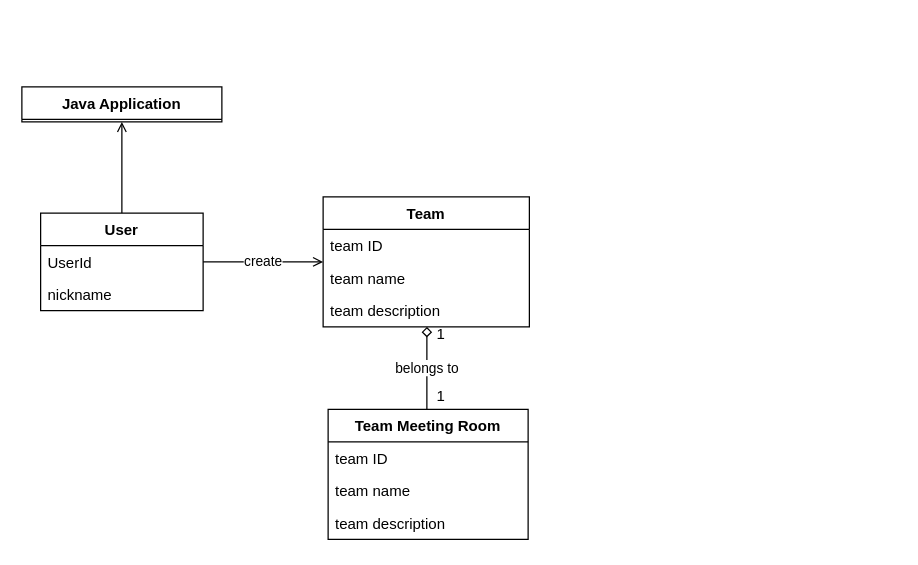
This is Domain3.drawio from ONFFLine/Diagram, a draw.io file, before an edit. Source tidied: cells renumbered, new cells numbered last; positions are measured from the earlier drawing's top-left corner, leaving out a move shared by most shapes. Both pictures are drawn from the tidied source at 125%, with x=0, y=0 at pixel (21, 86).
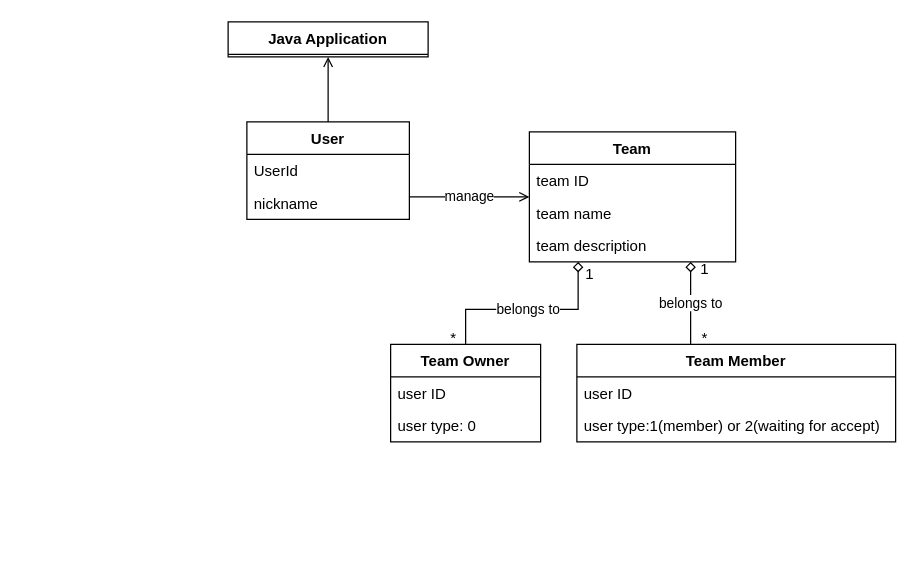
The same diagram, later.

The edit, as a diff of the source:
```diff
@@
-    <mxCell id="2" style="edgeStyle=orthogonalEdgeStyle;rounded=0;jettySize=auto;html=1;endArrow=open;endFill=0;" parent="1" edge="1" source="9" target="7">
-      <mxGeometry relative="1" as="geometry">
-        <Array as="points">
-          <mxPoint x="85" y="108" />
-          <mxPoint x="85" y="108" />
-        </Array>
-      </mxGeometry>
-    </mxCell>
     <mxCell id="3" value="Team" style="swimlane;fontStyle=1;align=center;verticalAlign=top;horizontal=1;startSize=26;" parent="1" vertex="1">
-      <mxGeometry x="241" y="88" width="165" height="104" as="geometry" />
+      <mxGeometry x="406" y="36" width="165" height="104" as="geometry" />
     </mxCell>
@@
     <mxCell id="7" value="Java Application" style="swimlane;fontStyle=1;align=center;verticalAlign=top;horizontal=1;startSize=26;" parent="1" vertex="1">
-      <mxGeometry width="160" height="28" as="geometry" />
+      <mxGeometry x="165" y="-52" width="160" height="28" as="geometry" />
     </mxCell>
-    <mxCell id="8" value="create" style="edgeStyle=orthogonalEdgeStyle;rounded=0;jettySize=auto;html=1;endArrow=open;endFill=0;" parent="1" edge="1" source="9" target="3">
+    <mxCell id="8" value="manage" style="edgeStyle=orthogonalEdgeStyle;rounded=0;jettySize=auto;html=1;endArrow=open;endFill=0;" parent="1" edge="1" source="9" target="3">
       <mxGeometry relative="1" as="geometry">
         <Array as="points">
-          <mxPoint x="185" y="140" />
-          <mxPoint x="185" y="140" />
+          <mxPoint x="350" y="88" />
+          <mxPoint x="350" y="88" />
         </Array>
       </mxGeometry>
     </mxCell>
+    <mxCell id="2" style="edgeStyle=orthogonalEdgeStyle;rounded=0;jettySize=auto;html=1;endArrow=open;endFill=0;" parent="1" edge="1" source="9" target="7">
+      <mxGeometry relative="1" as="geometry" />
+    </mxCell>
     <mxCell id="9" value="User" style="swimlane;fontStyle=1;align=center;verticalAlign=top;horizontal=1;startSize=26;" parent="1" vertex="1">
-      <mxGeometry x="15" y="101" width="130" height="78" as="geometry" />
+      <mxGeometry x="180" y="28" width="130" height="78" as="geometry" />
     </mxCell>
@@
-    <mxCell id="12" value="belongs to" style="edgeStyle=orthogonalEdgeStyle;rounded=0;jettySize=auto;html=1;endArrow=diamond;endFill=0;" parent="1" edge="1" source="13" target="3">
+    <mxCell id="12" value="belongs to" style="edgeStyle=orthogonalEdgeStyle;rounded=0;orthogonalLoop=1;jettySize=auto;html=1;endArrow=diamond;endFill=0;" parent="1" edge="1">
       <mxGeometry relative="1" as="geometry">
+        <mxPoint x="535" y="206" as="sourcePoint" />
+        <mxPoint x="535" y="140" as="targetPoint" />
         <Array as="points">
-          <mxPoint x="324" y="238" />
-          <mxPoint x="324" y="238" />
+          <mxPoint x="535" y="186" />
+          <mxPoint x="535" y="186" />
         </Array>
       </mxGeometry>
     </mxCell>
-    <mxCell id="13" value="Team Meeting Room" style="swimlane;fontStyle=1;align=center;verticalAlign=top;horizontal=1;startSize=26;" parent="1" vertex="1">
-      <mxGeometry x="245" y="258" width="160" height="104" as="geometry" />
+    <mxCell id="13" value="Team Member" style="swimlane;fontStyle=1;align=center;verticalAlign=top;horizontal=1;startSize=26;" parent="1" vertex="1">
+      <mxGeometry x="444" y="206" width="255" height="78" as="geometry" />
     </mxCell>
-    <mxCell id="14" value="team ID" style="text;strokeColor=none;fillColor=none;align=left;verticalAlign=top;spacingLeft=4;spacingRight=4;overflow=hidden;" parent="13" vertex="1">
-      <mxGeometry y="26" width="160" height="26" as="geometry" />
+    <mxCell id="14" value="user ID" style="text;strokeColor=none;fillColor=none;align=left;verticalAlign=top;spacingLeft=4;spacingRight=4;overflow=hidden;" parent="13" vertex="1">
+      <mxGeometry y="26" width="255" height="26" as="geometry" />
     </mxCell>
-    <mxCell id="15" value="team name" style="text;strokeColor=none;fillColor=none;align=left;verticalAlign=top;spacingLeft=4;spacingRight=4;overflow=hidden;" parent="13" vertex="1">
-      <mxGeometry y="52" width="160" height="26" as="geometry" />
+    <mxCell id="15" value="user type:1(member) or 2(waiting for accept)" style="text;strokeColor=none;fillColor=none;align=left;verticalAlign=top;spacingLeft=4;spacingRight=4;overflow=hidden;" parent="13" vertex="1">
+      <mxGeometry y="52" width="255" height="26" as="geometry" />
     </mxCell>
-    <mxCell id="16" value="team description" style="text;strokeColor=none;fillColor=none;align=left;verticalAlign=top;spacingLeft=4;spacingRight=4;overflow=hidden;" parent="13" vertex="1">
-      <mxGeometry y="78" width="160" height="26" as="geometry" />
-    </mxCell>
     <mxCell id="17" value="1" style="text;html=1;align=center;verticalAlign=middle;strokeColor=none;" parent="1" vertex="1">
-      <mxGeometry x="325" y="188" width="20" height="20" as="geometry" />
+      <mxGeometry x="536" y="136" width="20" height="20" as="geometry" />
     </mxCell>
-    <mxCell id="18" value="1" style="text;html=1;align=center;verticalAlign=middle;strokeColor=none;" parent="1" vertex="1">
-      <mxGeometry x="325" y="238" width="20" height="20" as="geometry" />
+    <mxCell id="18" value="*" style="text;html=1;align=center;verticalAlign=middle;strokeColor=none;" parent="1" vertex="1">
+      <mxGeometry x="536" y="191" width="20" height="20" as="geometry" />
     </mxCell>
+    <mxCell id="19" value="belongs to" style="edgeStyle=orthogonalEdgeStyle;rounded=0;jettySize=auto;html=1;endArrow=diamond;endFill=0;" parent="1" edge="1" source="20" target="3">
+      <mxGeometry relative="1" as="geometry">
+        <Array as="points">
+          <mxPoint x="355" y="178" />
+          <mxPoint x="445" y="178" />
+        </Array>
+      </mxGeometry>
+    </mxCell>
+    <mxCell id="20" value="Team Owner" style="swimlane;fontStyle=1;align=center;verticalAlign=top;horizontal=1;startSize=26;" parent="1" vertex="1">
+      <mxGeometry x="295" y="206" width="120" height="78" as="geometry" />
+    </mxCell>
+    <mxCell id="21" value="user ID" style="text;strokeColor=none;fillColor=none;align=left;verticalAlign=top;spacingLeft=4;spacingRight=4;overflow=hidden;" parent="20" vertex="1">
+      <mxGeometry y="26" width="120" height="26" as="geometry" />
+    </mxCell>
+    <mxCell id="22" value="user type: 0" style="text;strokeColor=none;fillColor=none;align=left;verticalAlign=top;spacingLeft=4;spacingRight=4;overflow=hidden;" parent="20" vertex="1">
+      <mxGeometry y="52" width="120" height="26" as="geometry" />
+    </mxCell>
+    <mxCell id="23" value="1" style="text;html=1;align=center;verticalAlign=middle;strokeColor=none;" parent="1" vertex="1">
+      <mxGeometry x="444" y="140" width="20" height="20" as="geometry" />
+    </mxCell>
+    <mxCell id="24" value="*" style="text;html=1;align=center;verticalAlign=middle;strokeColor=none;" parent="1" vertex="1">
+      <mxGeometry x="335" y="191" width="20" height="20" as="geometry" />
+    </mxCell>
```
